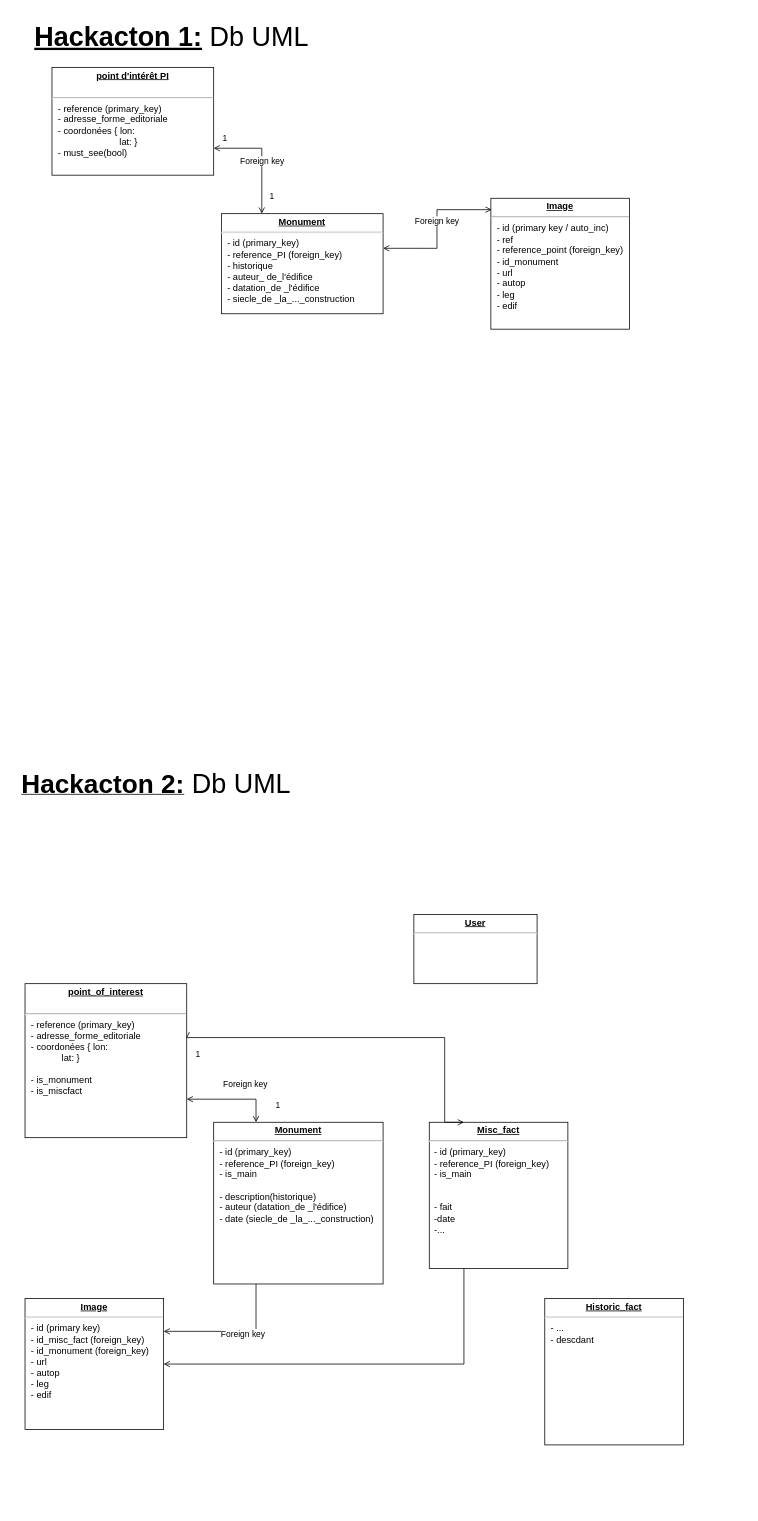
Bazajee/StepOut keeps this draw.io diagram as Diagramme sans nom.drawio. Above is the earlier version. Source tidied: cells renumbered, new cells numbered last; positions are measured from the earlier drawing's top-left corner, leaving out a move shared by most shapes. Both pictures are drawn from the tidied source at 77%, with x=0, y=0 at pixel (13, 13).
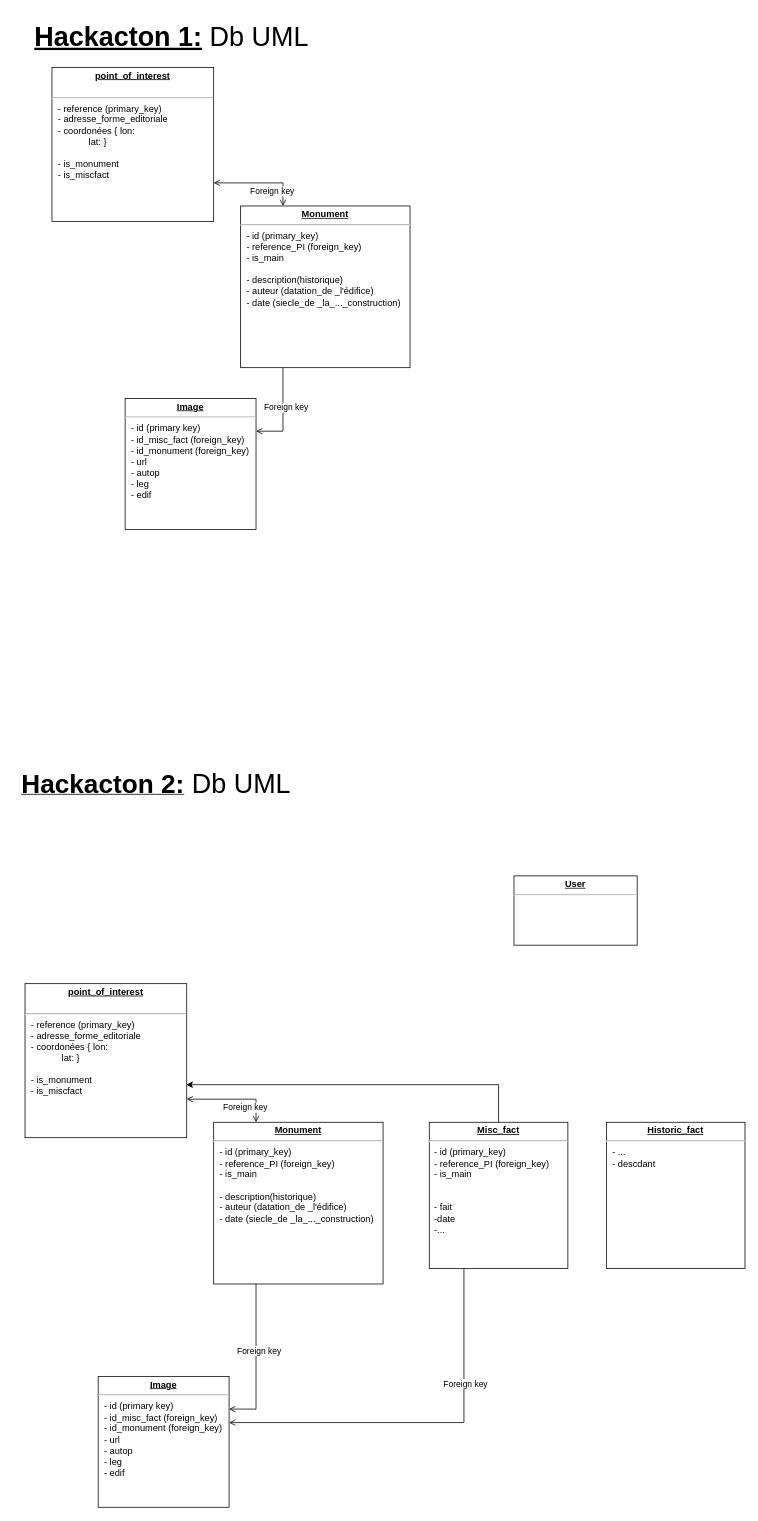
Above is the later version.

Commit message:
Mettre à jour Diagramme sans nom.drawio

The change refers to these unchanged cells:
```xml
<mxCell id="9" value="&lt;p style=&quot;margin:0px;margin-top:4px;text-align:center;text-decoration:underline;&quot;&gt;&lt;b&gt;Misc_fact&lt;br&gt;&lt;/b&gt;&lt;/p&gt;&lt;hr&gt;&lt;div&gt;&amp;nbsp; - id (primary_key)&lt;br&gt;&lt;/div&gt;&lt;div&gt;&amp;nbsp; - reference_PI (foreign_key)&lt;/div&gt;&lt;div&gt;&amp;nbsp; - is_main&lt;/div&gt;&lt;div&gt;&lt;br&gt;&lt;/div&gt;&lt;div&gt;&lt;br&gt;&lt;/div&gt;&lt;div&gt;&amp;nbsp; - fait&amp;nbsp; &lt;br&gt;&lt;/div&gt;&lt;div&gt;&amp;nbsp; -date&lt;/div&gt;&lt;div&gt;&amp;nbsp; -...&lt;br&gt;&lt;/div&gt;" style="verticalAlign=top;align=left;overflow=fill;fontSize=12;fontFamily=Helvetica;html=1;whiteSpace=wrap;" parent="1" vertex="1">
  <mxGeometry x="540" y="1440" width="180" height="190" as="geometry" />
</mxCell>
<mxCell id="16" value="&lt;p style=&quot;margin:0px;margin-top:4px;text-align:center;text-decoration:underline;&quot;&gt;&lt;b&gt;point_of_interest&lt;/b&gt;&lt;br&gt;&lt;/p&gt;&lt;br&gt;&lt;hr&gt;&lt;p style=&quot;margin:0px;margin-left:8px;&quot;&gt;- reference (primary_key)&lt;br&gt;&lt;/p&gt;&lt;p style=&quot;margin:0px;margin-left:8px;&quot;&gt;- adresse_forme_editoriale&lt;/p&gt;&lt;p style=&quot;margin:0px;margin-left:8px;&quot;&gt;- coordonées { lon:&lt;/p&gt;&lt;p style=&quot;margin:0px;margin-left:8px;&quot;&gt;&lt;span style=&quot;&quot;&gt;&lt;span style=&quot;&quot;&gt;&amp;nbsp;&amp;nbsp;&amp;nbsp;&amp;nbsp;&lt;/span&gt;&lt;/span&gt;&lt;span style=&quot;&quot;&gt;&lt;span style=&quot;&quot;&gt;&amp;nbsp;&amp;nbsp;&amp;nbsp;&amp;nbsp;&lt;/span&gt;&lt;/span&gt;&lt;span style=&quot;&quot;&gt;&lt;span style=&quot;&quot;&gt;&amp;nbsp;&amp;nbsp;&amp;nbsp;&amp;nbsp;&lt;/span&gt;&lt;/span&gt;lat: }&lt;/p&gt;&lt;p style=&quot;margin:0px;margin-left:8px;&quot;&gt;&lt;br&gt;&lt;/p&gt;&lt;p style=&quot;margin:0px;margin-left:8px;&quot;&gt;- is_monument&lt;/p&gt;&lt;p style=&quot;margin:0px;margin-left:8px;&quot;&gt;- is_miscfact&lt;/p&gt;&lt;p style=&quot;margin:0px;margin-left:8px;&quot;&gt;&lt;br&gt;&lt;/p&gt;&lt;p style=&quot;margin:0px;margin-left:8px;&quot;&gt;&lt;br&gt;&lt;/p&gt;" style="verticalAlign=top;align=left;overflow=fill;fontSize=12;fontFamily=Helvetica;html=1;whiteSpace=wrap;" parent="1" vertex="1">
  <mxGeometry x="15" y="1260" width="210" height="200" as="geometry" />
</mxCell>
<mxCell id="17" style="edgeStyle=orthogonalEdgeStyle;rounded=0;jettySize=auto;html=1;exitX=0.25;exitY=0;exitDx=0;exitDy=0;entryX=1;entryY=0.75;entryDx=0;entryDy=0;endArrow=open;endFill=0;startArrow=open;startFill=0;" parent="1" edge="1" source="21" target="16">
  <mxGeometry relative="1" as="geometry" />
</mxCell>
```

The edit, as a diff of the source:
```diff
@@
-    <mxCell id="2" value="&lt;p style=&quot;margin:0px;margin-top:4px;text-align:center;text-decoration:underline;&quot;&gt;&lt;b&gt;point d'intérêt PI&lt;/b&gt;&lt;br&gt;&lt;/p&gt;&lt;br&gt;&lt;hr&gt;&lt;p style=&quot;margin:0px;margin-left:8px;&quot;&gt;- reference (primary_key)&lt;br&gt;&lt;/p&gt;&lt;p style=&quot;margin:0px;margin-left:8px;&quot;&gt;- adresse_forme_editoriale&lt;/p&gt;&lt;p style=&quot;margin:0px;margin-left:8px;&quot;&gt;- coordonées { lon:&lt;/p&gt;&lt;p style=&quot;margin:0px;margin-left:8px;&quot;&gt;&lt;span style=&quot;white-space: pre;&quot;&gt;&#9;&lt;/span&gt;&lt;span style=&quot;white-space: pre;&quot;&gt;&#9;&lt;/span&gt;&lt;span style=&quot;white-space: pre;&quot;&gt;&#9;&lt;/span&gt;lat: }&lt;/p&gt;&lt;p style=&quot;margin:0px;margin-left:8px;&quot;&gt;- must_see(bool) &lt;br&gt;&lt;/p&gt;&lt;p style=&quot;margin:0px;margin-left:8px;&quot;&gt;&lt;br&gt;&lt;/p&gt;" style="verticalAlign=top;align=left;overflow=fill;fontSize=12;fontFamily=Helvetica;html=1;whiteSpace=wrap;" parent="1" vertex="1">
-      <mxGeometry x="50" y="70" width="210" height="140" as="geometry" />
-    </mxCell>
-    <mxCell id="3" style="edgeStyle=orthogonalEdgeStyle;rounded=0;jettySize=auto;html=1;exitX=0.25;exitY=0;exitDx=0;exitDy=0;entryX=1;entryY=0.75;entryDx=0;entryDy=0;endArrow=open;endFill=0;startArrow=open;startFill=0;" parent="1" edge="1" source="5" target="2">
-      <mxGeometry relative="1" as="geometry" />
-    </mxCell>
-    <mxCell id="4" value="Foreign key" style="edgeLabel;html=1;align=center;verticalAlign=middle;" parent="3" vertex="1">
-      <mxGeometry x="0.06" y="1" relative="1" as="geometry">
-        <mxPoint x="1" y="9" as="offset" />
-      </mxGeometry>
-    </mxCell>
-    <mxCell id="5" value="&lt;p style=&quot;margin:0px;margin-top:4px;text-align:center;text-decoration:underline;&quot;&gt;&lt;b&gt;Monument&lt;/b&gt;&lt;/p&gt;&lt;hr&gt;&lt;p style=&quot;margin:0px;margin-left:8px;&quot;&gt;- id (primary_key)&lt;br&gt;&lt;/p&gt;&lt;p style=&quot;margin:0px;margin-left:8px;&quot;&gt;- reference_PI (foreign_key)&lt;br&gt;- historique&lt;/p&gt;&lt;p style=&quot;margin:0px;margin-left:8px;&quot;&gt;- auteur_ de_l'édifice&lt;/p&gt;&lt;p style=&quot;margin:0px;margin-left:8px;&quot;&gt;- datation_de _l'édifice&lt;/p&gt;&lt;p style=&quot;margin:0px;margin-left:8px;&quot;&gt;- siecle_de _la_..._construction&lt;/p&gt;&lt;p style=&quot;margin:0px;margin-left:8px;&quot;&gt;&lt;/p&gt;&lt;p style=&quot;margin:0px;margin-left:8px;&quot;&gt;&lt;/p&gt;" style="verticalAlign=top;align=left;overflow=fill;fontSize=12;fontFamily=Helvetica;html=1;whiteSpace=wrap;" parent="1" vertex="1">
-      <mxGeometry x="270" y="260" width="210" height="130" as="geometry" />
-    </mxCell>
@@
-    <mxCell id="8" style="edgeStyle=orthogonalEdgeStyle;rounded=0;jettySize=auto;html=1;exitX=0.25;exitY=1;exitDx=0;exitDy=0;entryX=1;entryY=0.5;entryDx=0;entryDy=0;endArrow=open;endFill=0;" parent="1" edge="1" source="9" target="22">
-      <mxGeometry relative="1" as="geometry" />
-    </mxCell>
@@
-    <mxCell id="10" style="edgeStyle=orthogonalEdgeStyle;rounded=0;jettySize=auto;html=1;entryX=1;entryY=0.346;entryDx=0;entryDy=0;startArrow=open;startFill=0;endArrow=open;endFill=0;entryPerimeter=0;exitX=0.006;exitY=0.087;exitDx=0;exitDy=0;exitPerimeter=0;strokeColor=default;" parent="1" edge="1" source="12" target="5">
-      <mxGeometry relative="1" as="geometry" />
-    </mxCell>
-    <mxCell id="11" value="Foreign key" style="edgeLabel;html=1;align=center;verticalAlign=middle;" parent="10" vertex="1">
-      <mxGeometry x="0.41" y="3" relative="1" as="geometry">
-        <mxPoint x="13" y="-38" as="offset" />
-      </mxGeometry>
-    </mxCell>
-    <mxCell id="12" value="&lt;p style=&quot;margin:0px;margin-top:4px;text-align:center;text-decoration:underline;&quot;&gt;&lt;b&gt;Image&lt;/b&gt;&lt;/p&gt;&lt;hr&gt;&lt;p style=&quot;margin:0px;margin-left:8px;&quot;&gt;- id (primary key / auto_inc)&lt;/p&gt;&lt;p style=&quot;margin:0px;margin-left:8px;&quot;&gt;- ref&lt;/p&gt;&lt;p style=&quot;margin:0px;margin-left:8px;&quot;&gt;- reference_point (foreign_key)&lt;br&gt;&lt;/p&gt;&lt;p style=&quot;margin:0px;margin-left:8px;&quot;&gt;- id_monument&lt;br&gt;&lt;/p&gt;&lt;p style=&quot;margin:0px;margin-left:8px;&quot;&gt;- url&lt;/p&gt;&lt;p style=&quot;margin:0px;margin-left:8px;&quot;&gt;- autop&lt;/p&gt;&lt;p style=&quot;margin:0px;margin-left:8px;&quot;&gt;- leg&lt;/p&gt;&lt;p style=&quot;margin:0px;margin-left:8px;&quot;&gt;- edif&lt;br&gt;&lt;/p&gt;" style="verticalAlign=top;align=left;overflow=fill;fontSize=12;fontFamily=Helvetica;html=1;whiteSpace=wrap;" parent="1" vertex="1">
-      <mxGeometry x="620" y="240" width="180" height="170" as="geometry" />
-    </mxCell>
-    <mxCell id="13" value="1" style="edgeLabel;html=1;align=left;verticalAlign=bottom;" parent="1" vertex="1">
-      <mxGeometry x="270" y="170" as="geometry" />
-    </mxCell>
-    <mxCell id="14" value="1" style="edgeLabel;html=1;align=right;verticalAlign=bottom;" parent="1" vertex="1">
-      <mxGeometry x="560" y="250" as="geometry">
-        <mxPoint x="-221" y="-4" as="offset" />
-      </mxGeometry>
-    </mxCell>
-    <mxCell id="15" style="edgeStyle=orthogonalEdgeStyle;rounded=0;jettySize=auto;html=1;startArrow=open;startFill=0;endArrow=open;endFill=0;entryX=0.25;entryY=0;entryDx=0;entryDy=0;" parent="1" edge="1" target="9">
-      <mxGeometry relative="1" as="geometry">
-        <mxPoint x="225" y="1331" as="sourcePoint" />
-        <Array as="points">
-          <mxPoint x="225" y="1330" />
-          <mxPoint x="560" y="1330" />
-        </Array>
-      </mxGeometry>
-    </mxCell>
@@
     <mxCell id="18" value="Foreign key" style="edgeLabel;html=1;align=center;verticalAlign=middle;" parent="17" vertex="1">
       <mxGeometry x="0.06" y="1" relative="1" as="geometry">
-        <mxPoint x="19" y="-21" as="offset" />
+        <mxPoint x="19" y="9" as="offset" />
       </mxGeometry>
     </mxCell>
@@
     <mxCell id="22" value="&lt;p style=&quot;margin:0px;margin-top:4px;text-align:center;text-decoration:underline;&quot;&gt;&lt;b&gt;Image&lt;/b&gt;&lt;/p&gt;&lt;hr&gt;&lt;p style=&quot;margin:0px;margin-left:8px;&quot;&gt;- id (primary key)&lt;/p&gt;&lt;p style=&quot;margin:0px;margin-left:8px;&quot;&gt;- id_misc_fact (foreign_key)&lt;br&gt;&lt;/p&gt;&lt;p style=&quot;margin:0px;margin-left:8px;&quot;&gt;- id_monument (foreign_key)&lt;br&gt;&lt;/p&gt;&lt;p style=&quot;margin:0px;margin-left:8px;&quot;&gt;- url&lt;/p&gt;&lt;p style=&quot;margin:0px;margin-left:8px;&quot;&gt;- autop&lt;/p&gt;&lt;p style=&quot;margin:0px;margin-left:8px;&quot;&gt;- leg&lt;/p&gt;&lt;p style=&quot;margin:0px;margin-left:8px;&quot;&gt;- edif&lt;br&gt;&lt;/p&gt;" style="verticalAlign=top;align=left;overflow=fill;fontSize=12;fontFamily=Helvetica;html=1;whiteSpace=wrap;" parent="1" vertex="1">
-      <mxGeometry x="15" y="1669" width="180" height="170" as="geometry" />
+      <mxGeometry x="110" y="1770" width="170" height="170" as="geometry" />
     </mxCell>
-    <mxCell id="23" value="1" style="edgeLabel;html=1;align=left;verticalAlign=bottom;" parent="1" vertex="1">
-      <mxGeometry x="235" y="1360" as="geometry" />
-    </mxCell>
-    <mxCell id="24" value="1" style="edgeLabel;html=1;align=right;verticalAlign=bottom;" parent="1" vertex="1">
-      <mxGeometry x="568" y="1430" as="geometry">
-        <mxPoint x="-221" y="-4" as="offset" />
-      </mxGeometry>
-    </mxCell>
     <mxCell id="25" value="&lt;p style=&quot;margin:0px;margin-top:4px;text-align:center;text-decoration:underline;&quot;&gt;&lt;b&gt;User&lt;/b&gt;&lt;/p&gt;&lt;hr&gt;" style="verticalAlign=top;align=left;overflow=fill;fontSize=12;fontFamily=Helvetica;html=1;whiteSpace=wrap;" parent="1" vertex="1">
-      <mxGeometry x="520" y="1170" width="160" height="90" as="geometry" />
+      <mxGeometry x="650" y="1120" width="160" height="90" as="geometry" />
     </mxCell>
     <mxCell id="26" value="&lt;p style=&quot;margin:0px;margin-top:4px;text-align:center;text-decoration:underline;&quot;&gt;&lt;b&gt;Historic_fact&lt;/b&gt;&lt;br&gt;&lt;/p&gt;&lt;hr&gt;&lt;p style=&quot;margin:0px;margin-left:8px;&quot;&gt;- ...&lt;/p&gt;&lt;p style=&quot;margin:0px;margin-left:8px;&quot;&gt;- descdant &lt;br&gt;&lt;/p&gt;" style="verticalAlign=top;align=left;overflow=fill;fontSize=12;fontFamily=Helvetica;html=1;whiteSpace=wrap;" parent="1" vertex="1">
-      <mxGeometry x="690" y="1669" width="180" height="190" as="geometry" />
+      <mxGeometry x="770" y="1440" width="180" height="190" as="geometry" />
     </mxCell>
+    <mxCell id="8" style="edgeStyle=orthogonalEdgeStyle;rounded=0;jettySize=auto;html=1;exitX=0.25;exitY=1;exitDx=0;exitDy=0;entryX=1;entryY=0.353;entryDx=0;entryDy=0;entryPerimeter=0;endArrow=open;endFill=0;" parent="1" edge="1" source="9" target="22">
+      <mxGeometry relative="1" as="geometry" />
+    </mxCell>
+    <mxCell id="27" value="Foreign key" style="edgeLabel;html=1;align=center;verticalAlign=middle;" parent="8" vertex="1">
+      <mxGeometry x="-0.41" y="1" relative="1" as="geometry" />
+    </mxCell>
+    <mxCell id="28" style="edgeStyle=orthogonalEdgeStyle;rounded=0;jettySize=auto;html=1;entryX=0.997;entryY=0.656;entryDx=0;entryDy=0;entryPerimeter=0;" parent="1" edge="1" source="9" target="16">
+      <mxGeometry relative="1" as="geometry">
+        <Array as="points">
+          <mxPoint x="630" y="1391" />
+        </Array>
+      </mxGeometry>
+    </mxCell>
+    <mxCell id="29" value="&lt;p style=&quot;margin:0px;margin-top:4px;text-align:center;text-decoration:underline;&quot;&gt;&lt;b&gt;point_of_interest&lt;/b&gt;&lt;br&gt;&lt;/p&gt;&lt;br&gt;&lt;hr&gt;&lt;p style=&quot;margin:0px;margin-left:8px;&quot;&gt;- reference (primary_key)&lt;br&gt;&lt;/p&gt;&lt;p style=&quot;margin:0px;margin-left:8px;&quot;&gt;- adresse_forme_editoriale&lt;/p&gt;&lt;p style=&quot;margin:0px;margin-left:8px;&quot;&gt;- coordonées { lon:&lt;/p&gt;&lt;p style=&quot;margin:0px;margin-left:8px;&quot;&gt;&lt;span style=&quot;&quot;&gt;&lt;span style=&quot;&quot;&gt;&amp;nbsp;&amp;nbsp;&amp;nbsp;&amp;nbsp;&lt;/span&gt;&lt;/span&gt;&lt;span style=&quot;&quot;&gt;&lt;span style=&quot;&quot;&gt;&amp;nbsp;&amp;nbsp;&amp;nbsp;&amp;nbsp;&lt;/span&gt;&lt;/span&gt;&lt;span style=&quot;&quot;&gt;&lt;span style=&quot;&quot;&gt;&amp;nbsp;&amp;nbsp;&amp;nbsp;&amp;nbsp;&lt;/span&gt;&lt;/span&gt;lat: }&lt;/p&gt;&lt;p style=&quot;margin:0px;margin-left:8px;&quot;&gt;&lt;br&gt;&lt;/p&gt;&lt;p style=&quot;margin:0px;margin-left:8px;&quot;&gt;- is_monument&lt;/p&gt;&lt;p style=&quot;margin:0px;margin-left:8px;&quot;&gt;- is_miscfact&lt;/p&gt;&lt;p style=&quot;margin:0px;margin-left:8px;&quot;&gt;&lt;br&gt;&lt;/p&gt;&lt;p style=&quot;margin:0px;margin-left:8px;&quot;&gt;&lt;br&gt;&lt;/p&gt;" style="verticalAlign=top;align=left;overflow=fill;fontSize=12;fontFamily=Helvetica;html=1;whiteSpace=wrap;" parent="1" vertex="1">
+      <mxGeometry x="50" y="70" width="210" height="200" as="geometry" />
+    </mxCell>
+    <mxCell id="30" style="edgeStyle=orthogonalEdgeStyle;rounded=0;jettySize=auto;html=1;exitX=0.25;exitY=0;exitDx=0;exitDy=0;entryX=1;entryY=0.75;entryDx=0;entryDy=0;endArrow=open;endFill=0;startArrow=open;startFill=0;" parent="1" edge="1" source="34" target="29">
+      <mxGeometry relative="1" as="geometry" />
+    </mxCell>
+    <mxCell id="31" value="Foreign key" style="edgeLabel;html=1;align=center;verticalAlign=middle;" parent="30" vertex="1">
+      <mxGeometry x="0.06" y="1" relative="1" as="geometry">
+        <mxPoint x="19" y="9" as="offset" />
+      </mxGeometry>
+    </mxCell>
+    <mxCell id="32" style="edgeStyle=orthogonalEdgeStyle;rounded=0;jettySize=auto;html=1;exitX=0.25;exitY=1;exitDx=0;exitDy=0;entryX=1;entryY=0.25;entryDx=0;entryDy=0;startArrow=none;startFill=0;endArrow=open;endFill=0;" parent="1" edge="1" source="34" target="35">
+      <mxGeometry relative="1" as="geometry" />
+    </mxCell>
+    <mxCell id="33" value="Foreign key" style="edgeLabel;html=1;align=center;verticalAlign=middle;" parent="32" vertex="1">
+      <mxGeometry x="-0.13" y="3" relative="1" as="geometry" />
+    </mxCell>
+    <mxCell id="34" value="&lt;p style=&quot;margin:0px;margin-top:4px;text-align:center;text-decoration:underline;&quot;&gt;&lt;b&gt;Monument&lt;/b&gt;&lt;/p&gt;&lt;hr&gt;&lt;p style=&quot;margin:0px;margin-left:8px;&quot;&gt;- id (primary_key)&lt;br&gt;&lt;/p&gt;&lt;p style=&quot;margin:0px;margin-left:8px;&quot;&gt;- reference_PI (foreign_key)&lt;/p&gt;&lt;p style=&quot;margin:0px;margin-left:8px;&quot;&gt;- is_main&lt;/p&gt;&lt;p style=&quot;margin:0px;margin-left:8px;&quot;&gt;&lt;br&gt;&lt;/p&gt;&lt;p style=&quot;margin:0px;margin-left:8px;&quot;&gt;&lt;/p&gt;&lt;p style=&quot;margin:0px;margin-left:8px;&quot;&gt;- description(historique)&lt;br&gt;&lt;/p&gt;&lt;p style=&quot;margin:0px;margin-left:8px;&quot;&gt;- auteur (datation_de _l'édifice)&lt;/p&gt;&lt;p style=&quot;margin:0px;margin-left:8px;&quot;&gt;- date (siecle_de _la_..._construction)&lt;/p&gt;&lt;p style=&quot;margin:0px;margin-left:8px;&quot;&gt;&lt;/p&gt;&lt;p style=&quot;margin:0px;margin-left:8px;&quot;&gt;&lt;/p&gt;" style="verticalAlign=top;align=left;overflow=fill;fontSize=12;fontFamily=Helvetica;html=1;whiteSpace=wrap;" parent="1" vertex="1">
+      <mxGeometry x="295" y="250" width="220" height="210" as="geometry" />
+    </mxCell>
+    <mxCell id="35" value="&lt;p style=&quot;margin:0px;margin-top:4px;text-align:center;text-decoration:underline;&quot;&gt;&lt;b&gt;Image&lt;/b&gt;&lt;/p&gt;&lt;hr&gt;&lt;p style=&quot;margin:0px;margin-left:8px;&quot;&gt;- id (primary key)&lt;/p&gt;&lt;p style=&quot;margin:0px;margin-left:8px;&quot;&gt;- id_misc_fact (foreign_key)&lt;br&gt;&lt;/p&gt;&lt;p style=&quot;margin:0px;margin-left:8px;&quot;&gt;- id_monument (foreign_key)&lt;br&gt;&lt;/p&gt;&lt;p style=&quot;margin:0px;margin-left:8px;&quot;&gt;- url&lt;/p&gt;&lt;p style=&quot;margin:0px;margin-left:8px;&quot;&gt;- autop&lt;/p&gt;&lt;p style=&quot;margin:0px;margin-left:8px;&quot;&gt;- leg&lt;/p&gt;&lt;p style=&quot;margin:0px;margin-left:8px;&quot;&gt;- edif&lt;br&gt;&lt;/p&gt;" style="verticalAlign=top;align=left;overflow=fill;fontSize=12;fontFamily=Helvetica;html=1;whiteSpace=wrap;" parent="1" vertex="1">
+      <mxGeometry x="145" y="500" width="170" height="170" as="geometry" />
+    </mxCell>
```
